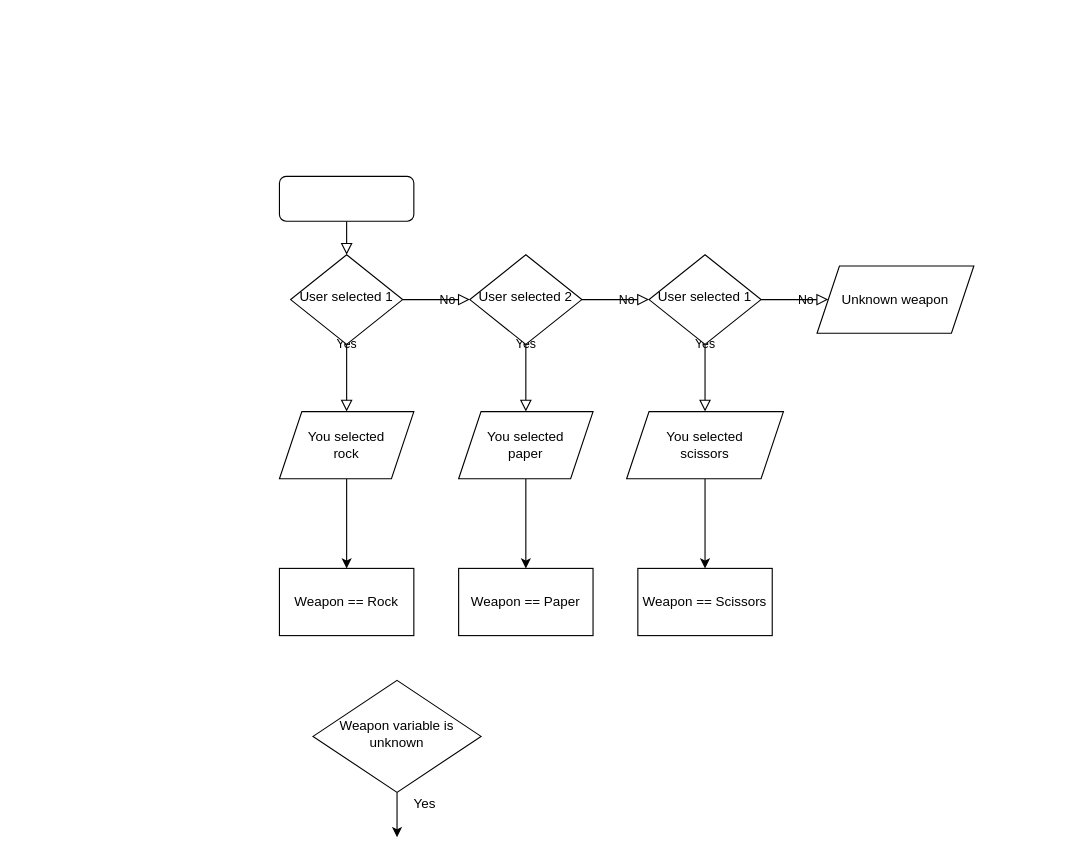
Before: Untitled Diagram.drawio in aiakovlev/test, a draw.io diagram. Source tidied: cells renumbered, new cells numbered last; positions are measured from the earlier drawing's top-left corner, leaving out a move shared by most shapes. Both pictures are drawn from the tidied source at 112%, with x=0, y=0 at pixel (279, 176).
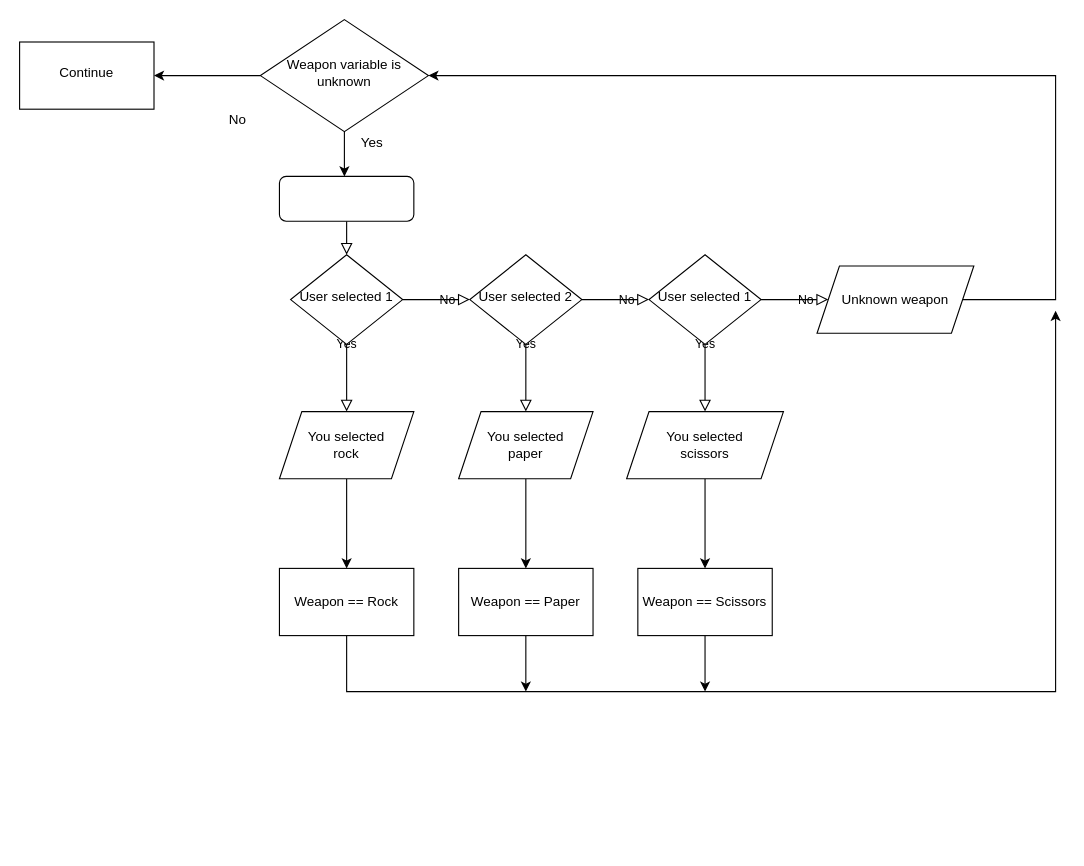
Above is the later version.

The change refers to these unchanged cells:
```xml
<mxCell id="19" value="Unknown weapon" style="shape=parallelogram;perimeter=parallelogramPerimeter;whiteSpace=wrap;html=1;fixedSize=1;" parent="1" vertex="1">
  <mxGeometry x="480" y="80" width="140" height="60" as="geometry" />
</mxCell>
<mxCell id="20" value="Weapon == Rock" style="whiteSpace=wrap;html=1;" parent="1" vertex="1">
  <mxGeometry y="350" width="120" height="60" as="geometry" />
</mxCell>
<mxCell id="21" value="Weapon == Paper" style="whiteSpace=wrap;html=1;" parent="1" vertex="1">
  <mxGeometry x="160" y="350" width="120" height="60" as="geometry" />
</mxCell>
<mxCell id="22" value="Weapon == Scissors" style="whiteSpace=wrap;html=1;" parent="1" vertex="1">
  <mxGeometry x="320" y="350" width="120" height="60" as="geometry" />
</mxCell>
```

The edit, as a diff of the source:
```diff
@@
+    <mxCell id="26" style="edgeStyle=orthogonalEdgeStyle;rounded=0;jettySize=auto;html=1;entryX=1;entryY=0.5;entryDx=0;entryDy=0;" parent="1" edge="1" source="19" target="24">
+      <mxGeometry relative="1" as="geometry">
+        <Array as="points">
+          <mxPoint x="693" y="110" />
+          <mxPoint x="693" y="-90" />
+        </Array>
+      </mxGeometry>
+    </mxCell>
@@
+    <mxCell id="27" style="edgeStyle=orthogonalEdgeStyle;rounded=0;jettySize=auto;html=1;" parent="1" edge="1" source="20">
+      <mxGeometry relative="1" as="geometry">
+        <mxPoint x="693" y="120" as="targetPoint" />
+        <Array as="points">
+          <mxPoint x="60" y="460" />
+          <mxPoint x="693" y="460" />
+        </Array>
+      </mxGeometry>
+    </mxCell>
@@
+    <mxCell id="28" style="edgeStyle=orthogonalEdgeStyle;rounded=0;jettySize=auto;html=1;" parent="1" edge="1" source="21">
+      <mxGeometry relative="1" as="geometry">
+        <mxPoint x="220" y="460" as="targetPoint" />
+      </mxGeometry>
+    </mxCell>
@@
+    <mxCell id="29" style="edgeStyle=orthogonalEdgeStyle;rounded=0;jettySize=auto;html=1;" parent="1" edge="1" source="22">
+      <mxGeometry relative="1" as="geometry">
+        <mxPoint x="380" y="460" as="targetPoint" />
+      </mxGeometry>
+    </mxCell>
@@
     <mxCell id="23" style="edgeStyle=orthogonalEdgeStyle;rounded=0;jettySize=auto;html=1;exitX=0.5;exitY=1;exitDx=0;exitDy=0;" parent="1" edge="1" source="24">
       <mxGeometry relative="1" as="geometry">
-        <mxPoint x="105" y="590" as="targetPoint" />
+        <mxPoint x="58" as="targetPoint" />
       </mxGeometry>
     </mxCell>
+    <mxCell id="30" style="edgeStyle=orthogonalEdgeStyle;rounded=0;jettySize=auto;html=1;" parent="1" edge="1" source="24" target="32">
+      <mxGeometry relative="1" as="geometry" />
+    </mxCell>
     <mxCell id="24" value="Weapon variable is unknown" style="rhombus;whiteSpace=wrap;html=1;shadow=0;fontFamily=Helvetica;fontSize=12;align=center;strokeWidth=1;spacing=6;spacingTop=-4;" parent="1" vertex="1">
-      <mxGeometry x="30" y="450" width="150" height="100" as="geometry" />
+      <mxGeometry x="-17" y="-140" width="150" height="100" as="geometry" />
     </mxCell>
     <mxCell id="25" value="Yes" style="text;html=1;strokeColor=none;fillColor=none;align=center;verticalAlign=middle;whiteSpace=wrap;rounded=0;" parent="1" vertex="1">
-      <mxGeometry x="110" y="550" width="40" height="20" as="geometry" />
+      <mxGeometry x="63" y="-40" width="40" height="20" as="geometry" />
     </mxCell>
+    <mxCell id="31" value="No" style="text;html=1;strokeColor=none;fillColor=none;align=center;verticalAlign=middle;whiteSpace=wrap;rounded=0;" parent="1" vertex="1">
+      <mxGeometry x="-57" y="-60" width="40" height="20" as="geometry" />
+    </mxCell>
+    <mxCell id="32" value="Continue" style="whiteSpace=wrap;html=1;shadow=0;strokeWidth=1;spacing=6;spacingTop=-4;" parent="1" vertex="1">
+      <mxGeometry x="-232" y="-120" width="120" height="60" as="geometry" />
+    </mxCell>
```
